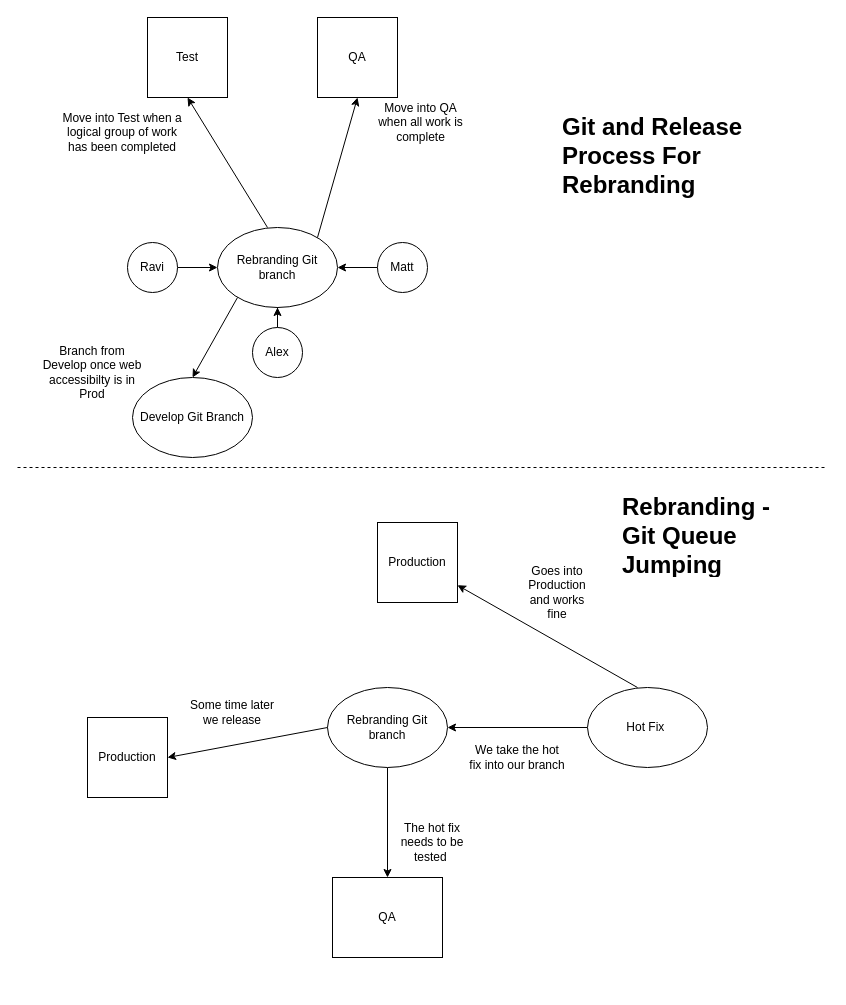
mattwatts36/drawings keeps this draw.io diagram as RebrandingBranches.drawio. Above is the earlier version. Source tidied: cells renumbered, new cells numbered last; positions are measured from the earlier drawing's top-left corner, leaving out a move shared by most shapes. Both pictures are drawn from the tidied source at 100%, with x=0, y=0 at pixel (17, 17).
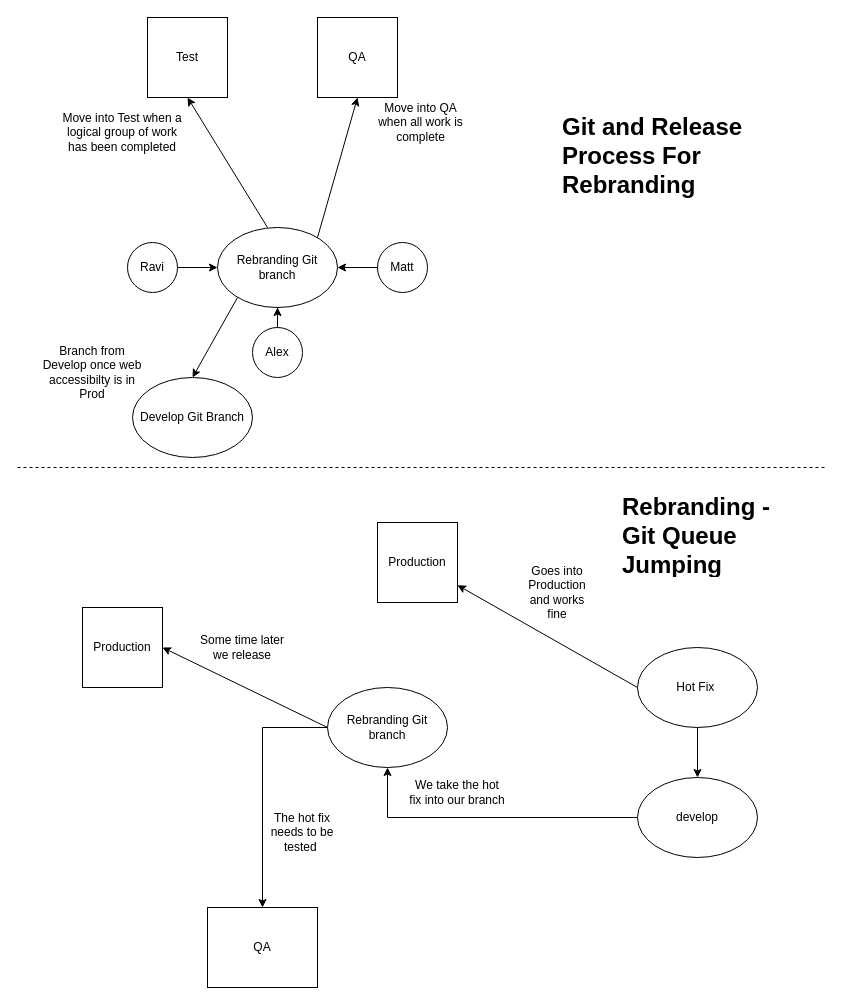
After the change.

The change refers to these unchanged cells:
```xml
<mxCell id="19" value="Rebranding Git branch" style="ellipse;whiteSpace=wrap;html=1;" parent="1" vertex="1">
  <mxGeometry x="310" y="670" width="120" height="80" as="geometry" />
</mxCell>
```

Change to the diagram source:
```diff
@@
-    <mxCell id="22" style="edgeStyle=orthogonalEdgeStyle;rounded=0;jettySize=auto;html=1;" parent="1" edge="1" source="23" target="19">
-      <mxGeometry relative="1" as="geometry" />
-    </mxCell>
+    <mxCell id="34" style="edgeStyle=orthogonalEdgeStyle;rounded=0;jettySize=auto;html=1;" parent="1" edge="1" source="23" target="36">
+      <mxGeometry relative="1" as="geometry" />
+    </mxCell>
     <mxCell id="23" value="Hot Fix&amp;nbsp;" style="ellipse;whiteSpace=wrap;html=1;" parent="1" vertex="1">
-      <mxGeometry x="570" y="670" width="120" height="80" as="geometry" />
+      <mxGeometry x="620" y="630" width="120" height="80" as="geometry" />
     </mxCell>
@@
     <mxCell id="26" value="Production" style="whiteSpace=wrap;html=1;" parent="1" vertex="1">
-      <mxGeometry x="70" y="700" width="80" height="80" as="geometry" />
+      <mxGeometry x="65" y="590" width="80" height="80" as="geometry" />
     </mxCell>
@@
     <mxCell id="28" value="We take the hot fix into our branch" style="text;html=1;strokeColor=none;fillColor=none;align=center;verticalAlign=middle;whiteSpace=wrap;rounded=0;" parent="1" vertex="1">
-      <mxGeometry x="450" y="725" width="100" height="30" as="geometry" />
+      <mxGeometry x="390" y="760" width="100" height="30" as="geometry" />
     </mxCell>
     <mxCell id="29" value="Some time later we release" style="text;html=1;strokeColor=none;fillColor=none;align=center;verticalAlign=middle;whiteSpace=wrap;rounded=0;" parent="1" vertex="1">
-      <mxGeometry x="170" y="680" width="90" height="30" as="geometry" />
+      <mxGeometry x="180" y="615" width="90" height="30" as="geometry" />
     </mxCell>
     <mxCell id="30" value="QA" style="whiteSpace=wrap;html=1;" parent="1" vertex="1">
-      <mxGeometry x="315" y="860" width="110" height="80" as="geometry" />
+      <mxGeometry x="190" y="890" width="110" height="80" as="geometry" />
     </mxCell>
     <mxCell id="31" value="The hot fix needs to be tested&amp;nbsp;" style="text;html=1;strokeColor=none;fillColor=none;align=center;verticalAlign=middle;whiteSpace=wrap;rounded=0;" parent="1" vertex="1">
-      <mxGeometry x="370" y="810" width="90" height="30" as="geometry" />
+      <mxGeometry x="240" y="800" width="90" height="30" as="geometry" />
     </mxCell>
@@
+    <mxCell id="35" style="edgeStyle=orthogonalEdgeStyle;rounded=0;jettySize=auto;html=1;" parent="1" edge="1" source="36" target="19">
+      <mxGeometry relative="1" as="geometry" />
+    </mxCell>
+    <mxCell id="36" value="develop" style="ellipse;whiteSpace=wrap;html=1;" parent="1" vertex="1">
+      <mxGeometry x="620" y="760" width="120" height="80" as="geometry" />
+    </mxCell>
```
